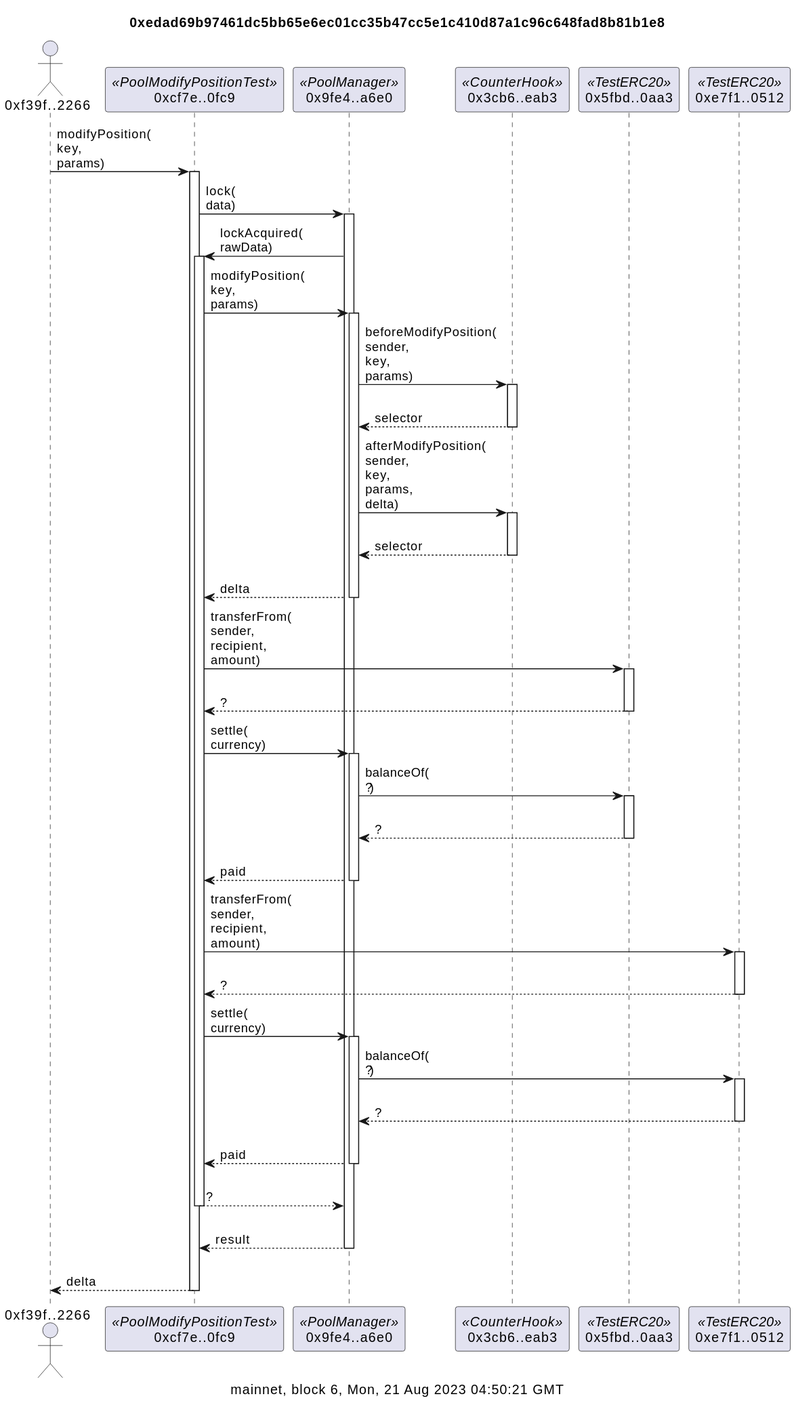
Before: docs/counterModifySummary.svg, a diagram exported from PlantUML (naddison36/uniswap-v4-hooks).
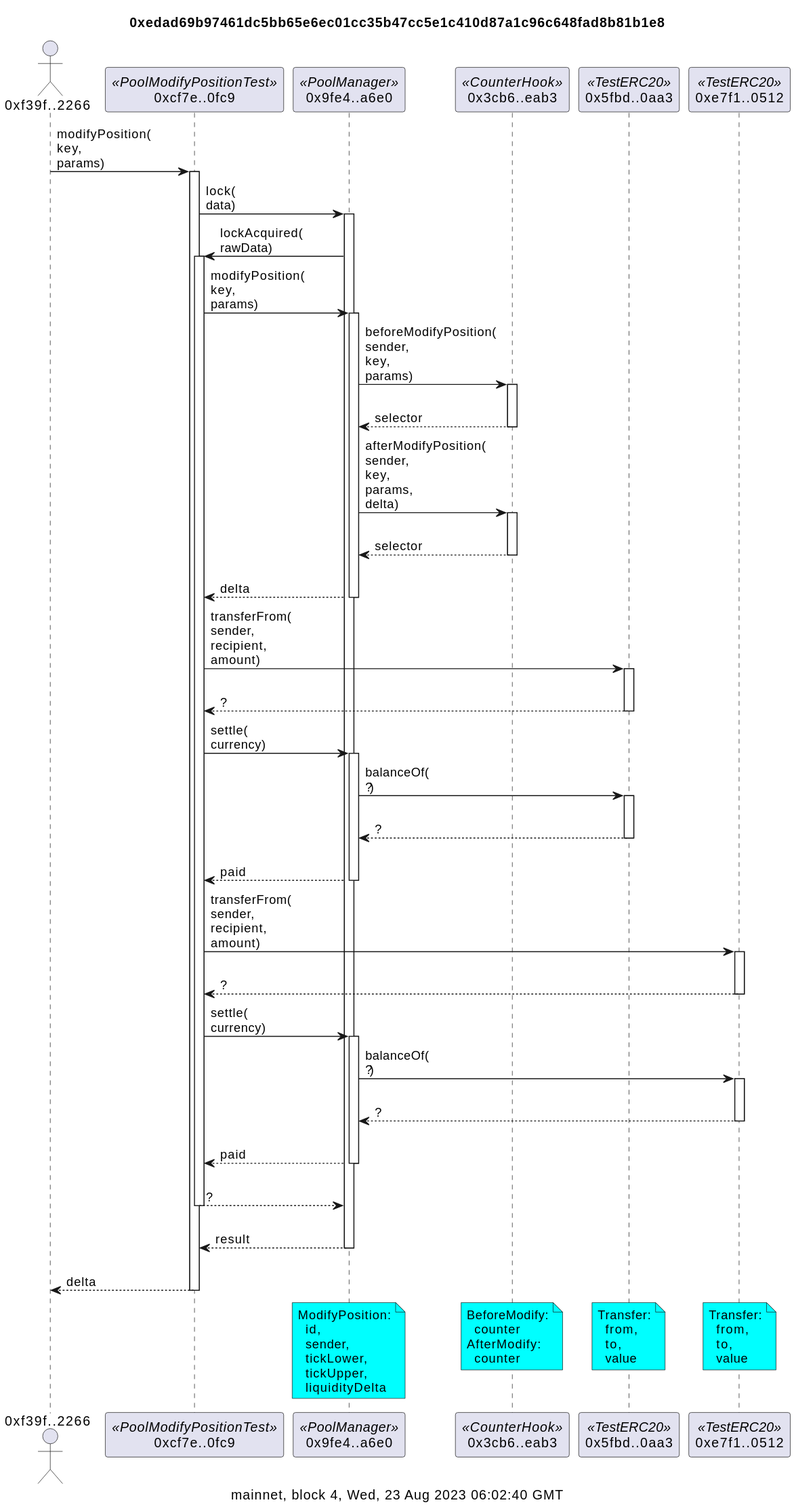
The same diagram one commit later.

Diff of the diagram source:
```diff
@@ -1,7 +1,7 @@
 @startuml
 title 0xedad69b97461dc5bb65e6ec01cc35b47cc5e1c410d87a1c96c648fad8b81b1e8
 
-caption mainnet, block 6, Mon, 21 Aug 2023 04:50:21 GMT
+caption mainnet, block 4, Wed, 23 Aug 2023 06:02:40 GMT
 actor "0xf39f..2266" as f39f2266
 participant "0xcf7e..0fc9" as cf7e0fc9 <<PoolModifyPositionTest>>
 participant "0x9fe4..a6e0" as 9fe4a6e0 <<PoolManager>>
@@ -45,4 +45,34 @@
 return\n?
 return\nresult
 return\ndelta
+
+note over 9fe4a6e0 #aqua
+ModifyPosition:
+  id,
+  sender,
+  tickLower,
+  tickUpper,
+  liquidityDelta
+end note
+
+/ note over 3cb6eab3 #aqua
+BeforeModify:
+  counter
+AfterModify:
+  counter
+end note
+
+/ note over 5fbd0aa3 #aqua
+Transfer:
+  from,
+  to,
+  value
+end note
+
+/ note over e7f10512 #aqua
+Transfer:
+  from,
+  to,
+  value
+end note
 @enduml
```
